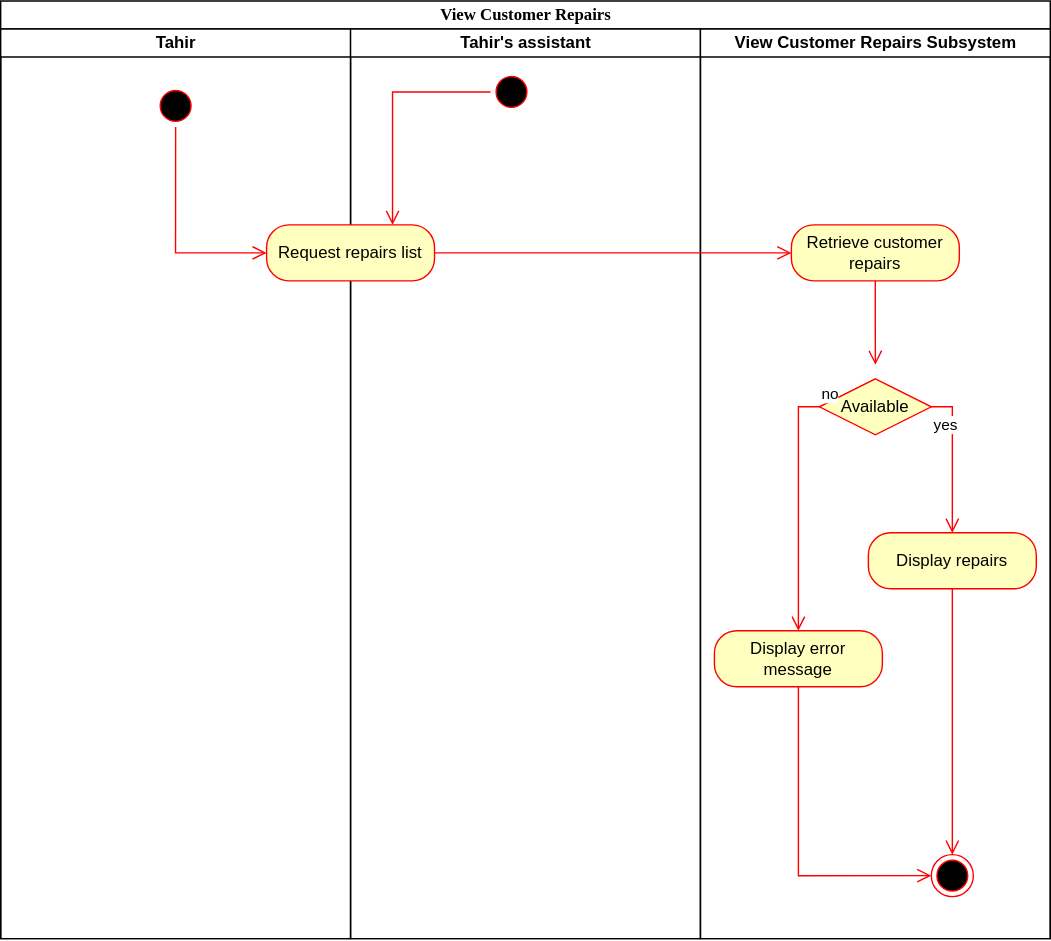
The draw.io diagram View Customer Repairs Activity Diagram.svg in Simamkele88/IFM3_GP, before a commit. Source tidied: cells renumbered, new cells last; positions are measured from the earlier drawing's top-left corner, leaving out a move shared by most shapes.
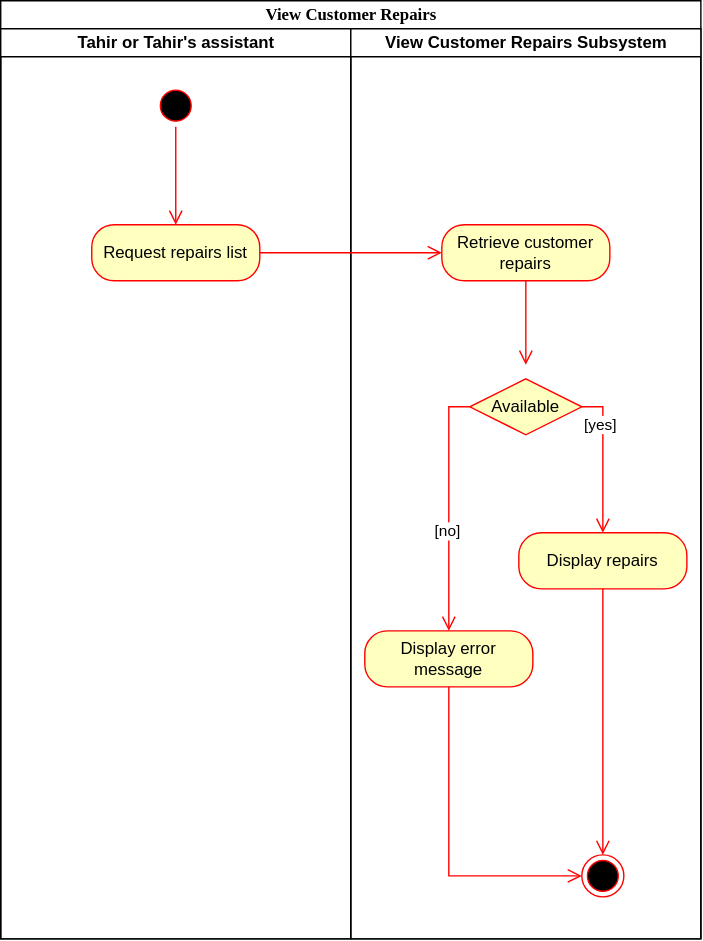
Above is the later version.

Diff of the diagram source:
```diff
@@ -3,28 +3,22 @@
     <mxCell id="0" />
     <mxCell id="1" parent="0" />
     <mxCell id="2" value="View Customer Repairs" style="swimlane;html=1;startSize=20;rounded=0;shadow=0;comic=0;labelBackgroundColor=none;strokeWidth=1;fontFamily=Verdana;fontSize=12;align=center;" parent="1" vertex="1">
-      <mxGeometry width="750" height="670" as="geometry" />
+      <mxGeometry width="500" height="670" as="geometry" />
     </mxCell>
-    <mxCell id="3" value="Tahir" style="swimlane;html=1;startSize=20;" parent="2" vertex="1">
+    <mxCell id="3" value="Tahir or Tahir's assistant" style="swimlane;html=1;startSize=20;" parent="2" vertex="1">
       <mxGeometry y="20" width="250" height="650" as="geometry" />
     </mxCell>
     <mxCell id="4" style="ellipse;html=1;shape=startState;fillColor=#000000;strokeColor=#ff0000;" parent="3" vertex="1">
       <mxGeometry x="110" y="40" width="30" height="30" as="geometry" />
     </mxCell>
-    <mxCell id="5" value="Tahir's assistant" style="swimlane;html=1;startSize=20;" parent="2" vertex="1">
-      <mxGeometry x="250" y="20" width="250" height="650" as="geometry" />
-    </mxCell>
-    <mxCell id="6" value="Request repairs list" style="rounded=1;whiteSpace=wrap;html=1;arcSize=40;fontColor=#000000;fillColor=#ffffc0;strokeColor=#ff0000;" parent="5" vertex="1">
-      <mxGeometry x="-60" y="140" width="120" height="40" as="geometry" />
+    <mxCell id="6" value="Request repairs list" style="rounded=1;whiteSpace=wrap;html=1;arcSize=40;fontColor=#000000;fillColor=#ffffc0;strokeColor=#ff0000;" parent="3" vertex="1">
+      <mxGeometry x="65" y="140" width="120" height="40" as="geometry" />
     </mxCell>
-    <mxCell id="7" style="ellipse;html=1;shape=startState;fillColor=#000000;strokeColor=#ff0000;" parent="5" vertex="1">
-      <mxGeometry x="100" y="30" width="30" height="30" as="geometry" />
-    </mxCell>
-    <mxCell id="8" style="edgeStyle=orthogonalEdgeStyle;html=1;verticalAlign=bottom;endArrow=open;endSize=8;strokeColor=#ff0000;rounded=0;entryX=0.75;entryY=0;entryDx=0;entryDy=0;" parent="5" edge="1" source="7" target="6">
-      <mxGeometry relative="1" as="geometry" />
-    </mxCell>
+    <mxCell id="21" style="edgeStyle=orthogonalEdgeStyle;html=1;verticalAlign=bottom;endArrow=open;endSize=8;strokeColor=#ff0000;rounded=0;exitX=0.5;exitY=1;exitDx=0;exitDy=0;entryX=0.5;entryY=0;entryDx=0;entryDy=0;" parent="3" edge="1" source="4" target="6">
+      <mxGeometry relative="1" as="geometry" />
+    </mxCell>
     <mxCell id="9" value="View Customer Repairs Subsystem" style="swimlane;html=1;startSize=20;" parent="2" vertex="1">
-      <mxGeometry x="500" y="20" width="250" height="650" as="geometry" />
+      <mxGeometry x="250" y="20" width="250" height="650" as="geometry" />
     </mxCell>
     <mxCell id="10" value="Retrieve customer repairs" style="rounded=1;whiteSpace=wrap;html=1;arcSize=40;fontColor=#000000;fillColor=#ffffc0;strokeColor=#ff0000;" parent="9" vertex="1">
       <mxGeometry x="65" y="140" width="120" height="40" as="geometry" />
@@ -37,7 +31,7 @@
     <mxCell id="12" value="Available" style="rhombus;whiteSpace=wrap;html=1;fontColor=#000000;fillColor=#ffffc0;strokeColor=#ff0000;" parent="9" vertex="1">
       <mxGeometry x="85" y="250" width="80" height="40" as="geometry" />
     </mxCell>
-    <mxCell id="13" value="yes" style="edgeStyle=orthogonalEdgeStyle;html=1;align=left;verticalAlign=top;endArrow=open;endSize=8;strokeColor=#ff0000;rounded=0;entryX=0.5;entryY=0;entryDx=0;entryDy=0;exitX=1;exitY=0.5;exitDx=0;exitDy=0;" parent="9" edge="1" source="12" target="14">
+    <mxCell id="13" value="[yes]" style="edgeStyle=orthogonalEdgeStyle;html=1;align=left;verticalAlign=top;endArrow=open;endSize=8;strokeColor=#ff0000;rounded=0;entryX=0.5;entryY=0;entryDx=0;entryDy=0;exitX=1;exitY=0.5;exitDx=0;exitDy=0;" parent="9" edge="1" source="12" target="14">
       <mxGeometry x="-1" relative="1" as="geometry" />
     </mxCell>
     <mxCell id="14" value="Display repairs" style="rounded=1;whiteSpace=wrap;html=1;arcSize=40;fontColor=#000000;fillColor=#ffffc0;strokeColor=#ff0000;" parent="9" vertex="1">
@@ -46,9 +40,12 @@
     <mxCell id="15" style="edgeStyle=orthogonalEdgeStyle;html=1;verticalAlign=bottom;endArrow=open;endSize=8;strokeColor=#ff0000;rounded=0;entryX=0.5;entryY=0;entryDx=0;entryDy=0;" parent="9" edge="1" source="14" target="17">
       <mxGeometry relative="1" as="geometry" />
     </mxCell>
-    <mxCell id="16" value="no" style="edgeStyle=orthogonalEdgeStyle;html=1;align=left;verticalAlign=bottom;endArrow=open;endSize=8;strokeColor=#ff0000;rounded=0;exitX=0;exitY=0.5;exitDx=0;exitDy=0;entryX=0.5;entryY=0;entryDx=0;entryDy=0;" parent="9" edge="1" source="12" target="18">
+    <mxCell id="16" style="edgeStyle=orthogonalEdgeStyle;html=1;align=left;verticalAlign=bottom;endArrow=open;endSize=8;strokeColor=#ff0000;rounded=0;exitX=0;exitY=0.5;exitDx=0;exitDy=0;entryX=0.5;entryY=0;entryDx=0;entryDy=0;" parent="9" edge="1" source="12" target="18">
       <mxGeometry x="-1" relative="1" as="geometry" />
     </mxCell>
+    <mxCell id="22" value="[no]" style="edgeLabel;html=1;align=center;verticalAlign=middle;" parent="16" vertex="1">
+      <mxGeometry x="0.18" y="-2" relative="1" as="geometry" />
+    </mxCell>
     <mxCell id="17" style="ellipse;html=1;shape=endState;fillColor=#000000;strokeColor=#ff0000;" parent="9" vertex="1">
       <mxGeometry x="165" y="590" width="30" height="30" as="geometry" />
     </mxCell>
@@ -61,8 +58,5 @@
     <mxCell id="20" style="edgeStyle=orthogonalEdgeStyle;html=1;verticalAlign=bottom;endArrow=open;endSize=8;strokeColor=#ff0000;rounded=0;exitX=1;exitY=0.5;exitDx=0;exitDy=0;entryX=0;entryY=0.5;entryDx=0;entryDy=0;" parent="2" edge="1" source="6" target="10">
       <mxGeometry relative="1" as="geometry" />
     </mxCell>
-    <mxCell id="21" style="edgeStyle=orthogonalEdgeStyle;html=1;verticalAlign=bottom;endArrow=open;endSize=8;strokeColor=#ff0000;rounded=0;exitX=0.5;exitY=1;exitDx=0;exitDy=0;entryX=0;entryY=0.5;entryDx=0;entryDy=0;" parent="2" edge="1" source="4" target="6">
-      <mxGeometry relative="1" as="geometry" />
-    </mxCell>
   </root>
 </mxGraphModel>
```
